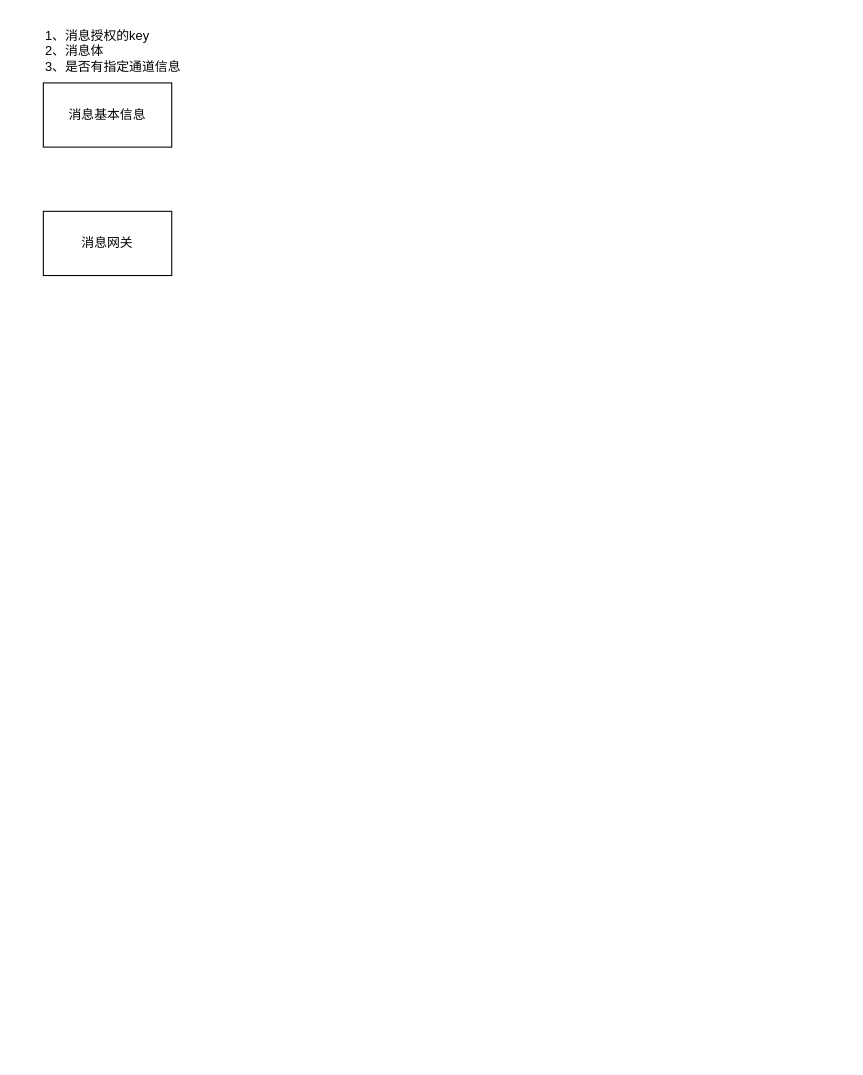
Earlier version of the draw.io diagram 消息平台.drawio (dovezat/drawio). Source tidied: cells renumbered, new cells numbered last; positions are measured from the earlier drawing's top-left corner, leaving out a move shared by most shapes. Both pictures are drawn from the tidied source at 107%, with x=0, y=0 at pixel (43, 18).
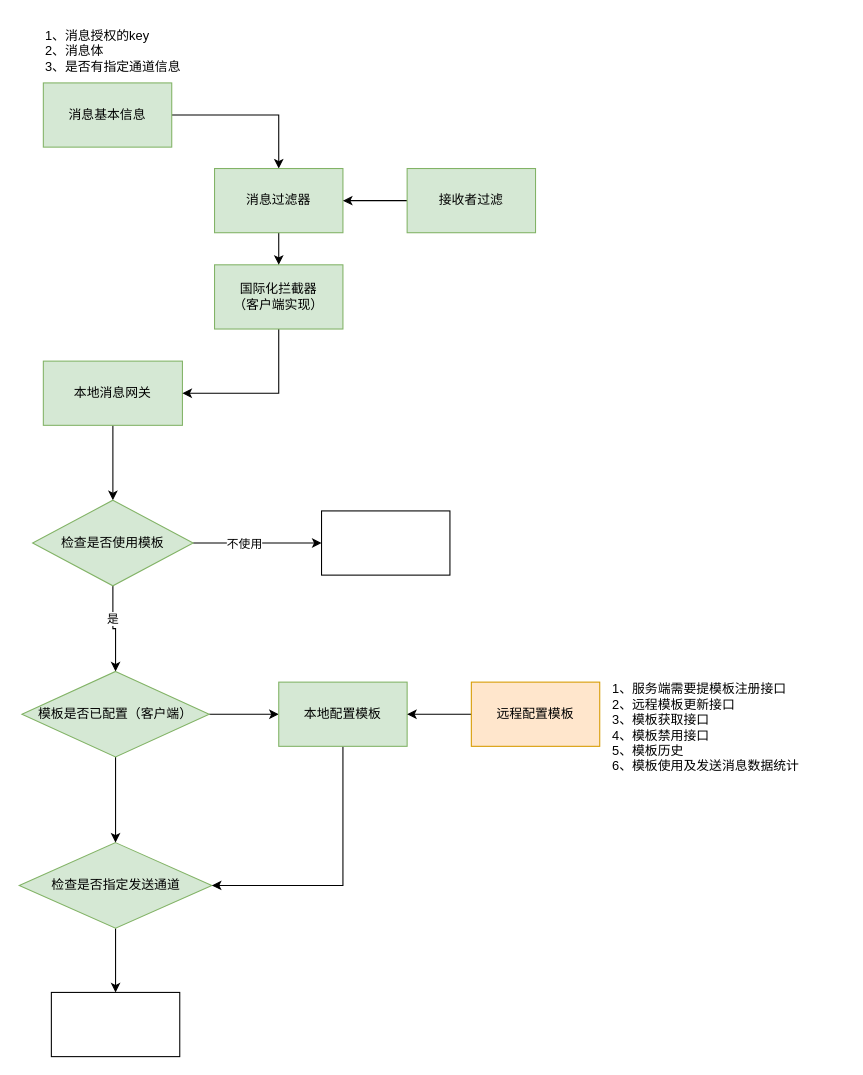
Above is the later version.

What changed in the source:
```diff
@@
+    <mxCell id="5" style="edgeStyle=orthogonalEdgeStyle;rounded=0;jettySize=auto;html=1;entryX=0.5;entryY=0;entryDx=0;entryDy=0;" parent="1" edge="1" source="2" target="18">
+      <mxGeometry relative="1" as="geometry" />
+    </mxCell>
-    <mxCell id="2" value="消息基本信息" style="rounded=0;whiteSpace=wrap;html=1;" parent="1" vertex="1">
+    <mxCell id="2" value="消息基本信息" style="rounded=0;whiteSpace=wrap;html=1;fillColor=#d5e8d4;strokeColor=#82b366;" parent="1" vertex="1">
       <mxGeometry y="60" width="120" height="60" as="geometry" />
     </mxCell>
@@
+    <mxCell id="6" style="edgeStyle=orthogonalEdgeStyle;rounded=0;jettySize=auto;html=1;entryX=0.5;entryY=0;entryDx=0;entryDy=0;" parent="1" edge="1" source="4" target="11">
+      <mxGeometry relative="1" as="geometry" />
+    </mxCell>
-    <mxCell id="4" value="消息网关" style="rounded=0;whiteSpace=wrap;html=1;" parent="1" vertex="1">
-      <mxGeometry y="180" width="120" height="60" as="geometry" />
+    <mxCell id="4" value="本地消息网关" style="rounded=0;whiteSpace=wrap;html=1;fillColor=#d5e8d4;strokeColor=#82b366;" parent="1" vertex="1">
+      <mxGeometry y="320" width="130" height="60" as="geometry" />
     </mxCell>
+    <mxCell id="7" style="edgeStyle=orthogonalEdgeStyle;rounded=0;jettySize=auto;html=1;" parent="1" edge="1" source="11" target="12">
+      <mxGeometry relative="1" as="geometry" />
+    </mxCell>
+    <mxCell id="8" value="不使用" style="edgeLabel;html=1;align=center;verticalAlign=middle;" parent="7" vertex="1">
+      <mxGeometry x="-0.21" relative="1" as="geometry" />
+    </mxCell>
+    <mxCell id="9" style="edgeStyle=orthogonalEdgeStyle;rounded=0;jettySize=auto;html=1;" parent="1" edge="1" source="11" target="23">
+      <mxGeometry relative="1" as="geometry" />
+    </mxCell>
+    <mxCell id="10" value="是" style="edgeLabel;html=1;align=center;verticalAlign=middle;" parent="9" vertex="1">
+      <mxGeometry x="-0.28" y="-1" relative="1" as="geometry" />
+    </mxCell>
+    <mxCell id="11" value="检查是否使用模板" style="rhombus;whiteSpace=wrap;html=1;fillColor=#d5e8d4;strokeColor=#82b366;" parent="1" vertex="1">
+      <mxGeometry x="-10" y="450" width="150" height="80" as="geometry" />
+    </mxCell>
+    <mxCell id="12" style="rounded=0;whiteSpace=wrap;html=1;" parent="1" vertex="1">
+      <mxGeometry x="260" y="460" width="120" height="60" as="geometry" />
+    </mxCell>
+    <mxCell id="13" style="edgeStyle=orthogonalEdgeStyle;rounded=0;jettySize=auto;html=1;entryX=0.5;entryY=0;entryDx=0;entryDy=0;" parent="1" edge="1" source="14" target="28">
+      <mxGeometry relative="1" as="geometry" />
+    </mxCell>
+    <mxCell id="14" value="检查是否指定发送通道" style="rhombus;whiteSpace=wrap;html=1;fillColor=#d5e8d4;strokeColor=#82b366;" parent="1" vertex="1">
+      <mxGeometry x="-22.5" y="770" width="180" height="80" as="geometry" />
+    </mxCell>
+    <mxCell id="15" style="edgeStyle=orthogonalEdgeStyle;rounded=0;jettySize=auto;html=1;entryX=1;entryY=0.5;entryDx=0;entryDy=0;exitX=0.5;exitY=1;exitDx=0;exitDy=0;" parent="1" edge="1" source="16" target="4">
+      <mxGeometry relative="1" as="geometry" />
+    </mxCell>
+    <mxCell id="16" value="国际化拦截器&lt;br&gt;（客户端实现）" style="rounded=0;whiteSpace=wrap;html=1;fillColor=#d5e8d4;strokeColor=#82b366;" parent="1" vertex="1">
+      <mxGeometry x="160" y="230" width="120" height="60" as="geometry" />
+    </mxCell>
+    <mxCell id="17" style="edgeStyle=orthogonalEdgeStyle;rounded=0;jettySize=auto;html=1;" parent="1" edge="1" source="18" target="16">
+      <mxGeometry relative="1" as="geometry" />
+    </mxCell>
+    <mxCell id="18" value="消息过滤器" style="rounded=0;whiteSpace=wrap;html=1;fillColor=#d5e8d4;strokeColor=#82b366;" parent="1" vertex="1">
+      <mxGeometry x="160" y="140" width="120" height="60" as="geometry" />
+    </mxCell>
+    <mxCell id="19" style="edgeStyle=orthogonalEdgeStyle;rounded=0;jettySize=auto;html=1;entryX=1;entryY=0.5;entryDx=0;entryDy=0;" parent="1" edge="1" source="20" target="18">
+      <mxGeometry relative="1" as="geometry" />
+    </mxCell>
+    <mxCell id="20" value="接收者过滤" style="rounded=0;whiteSpace=wrap;html=1;fillColor=#d5e8d4;strokeColor=#82b366;" parent="1" vertex="1">
+      <mxGeometry x="340" y="140" width="120" height="60" as="geometry" />
+    </mxCell>
+    <mxCell id="21" style="edgeStyle=orthogonalEdgeStyle;rounded=0;jettySize=auto;html=1;entryX=0.5;entryY=0;entryDx=0;entryDy=0;" parent="1" edge="1" source="23" target="14">
+      <mxGeometry relative="1" as="geometry" />
+    </mxCell>
+    <mxCell id="22" style="edgeStyle=orthogonalEdgeStyle;rounded=0;jettySize=auto;html=1;" parent="1" edge="1" source="23">
+      <mxGeometry relative="1" as="geometry">
+        <mxPoint x="220" y="650" as="targetPoint" />
+      </mxGeometry>
+    </mxCell>
+    <mxCell id="23" value="模板是否已配置（客户端）" style="rhombus;whiteSpace=wrap;html=1;fillColor=#d5e8d4;strokeColor=#82b366;" parent="1" vertex="1">
+      <mxGeometry x="-20" y="610" width="175" height="80" as="geometry" />
+    </mxCell>
+    <mxCell id="24" style="edgeStyle=orthogonalEdgeStyle;rounded=0;jettySize=auto;html=1;entryX=1;entryY=0.5;entryDx=0;entryDy=0;" parent="1" edge="1" source="25" target="14">
+      <mxGeometry relative="1" as="geometry">
+        <Array as="points">
+          <mxPoint x="280" y="810" />
+        </Array>
+      </mxGeometry>
+    </mxCell>
+    <mxCell id="25" value="本地配置模板" style="rounded=0;whiteSpace=wrap;html=1;fillColor=#d5e8d4;strokeColor=#82b366;" parent="1" vertex="1">
+      <mxGeometry x="220" y="620" width="120" height="60" as="geometry" />
+    </mxCell>
+    <mxCell id="26" style="edgeStyle=orthogonalEdgeStyle;rounded=0;jettySize=auto;html=1;entryX=1;entryY=0.5;entryDx=0;entryDy=0;" parent="1" edge="1" source="27" target="25">
+      <mxGeometry relative="1" as="geometry" />
+    </mxCell>
+    <mxCell id="27" value="远程配置模板" style="rounded=0;whiteSpace=wrap;html=1;fillColor=#ffe6cc;strokeColor=#d79b00;" parent="1" vertex="1">
+      <mxGeometry x="400" y="620" width="120" height="60" as="geometry" />
+    </mxCell>
+    <mxCell id="28" style="rounded=0;whiteSpace=wrap;html=1;" parent="1" vertex="1">
+      <mxGeometry x="7.5" y="910" width="120" height="60" as="geometry" />
+    </mxCell>
+    <mxCell id="29" value="1、服务端需要提模板注册接口&lt;br&gt;2、远程模板更新接口&lt;br&gt;3、模板获取接口&lt;br&gt;4、模板禁用接口&lt;br&gt;5、模板历史&lt;br&gt;6、模板使用及发送消息数据统计" style="text;html=1;strokeColor=none;fillColor=none;align=left;verticalAlign=middle;whiteSpace=wrap;rounded=0;" parent="1" vertex="1">
+      <mxGeometry x="530" y="620" width="220" height="85" as="geometry" />
+    </mxCell>
```
